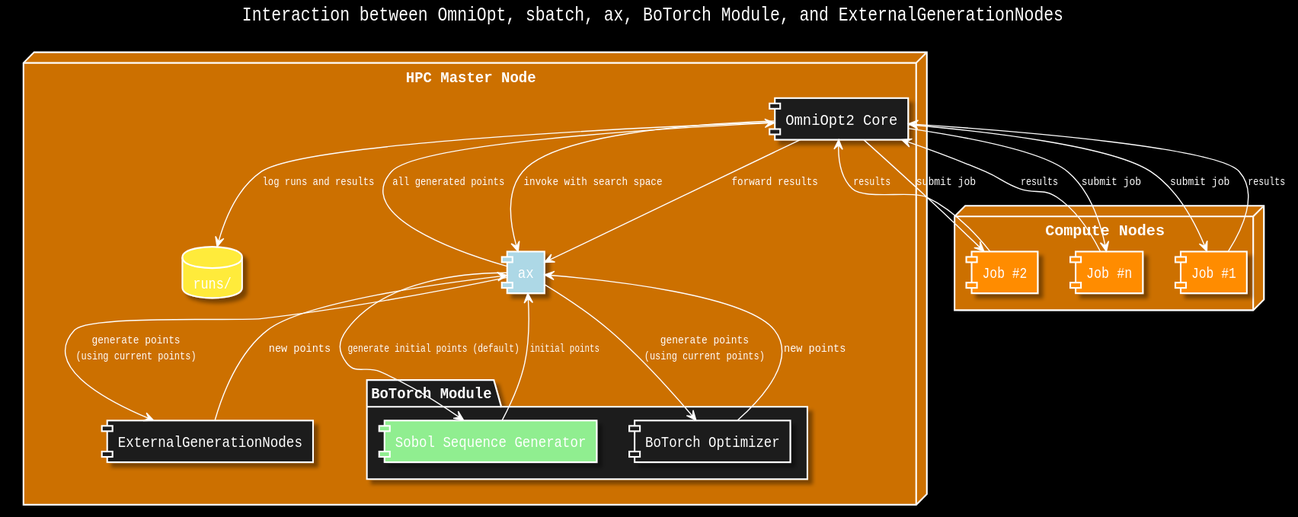
Before: .gui/documentation/output_dark_slurm/slurm.svg, a diagram exported from PlantUML (NormanTUD/OmniOpt).
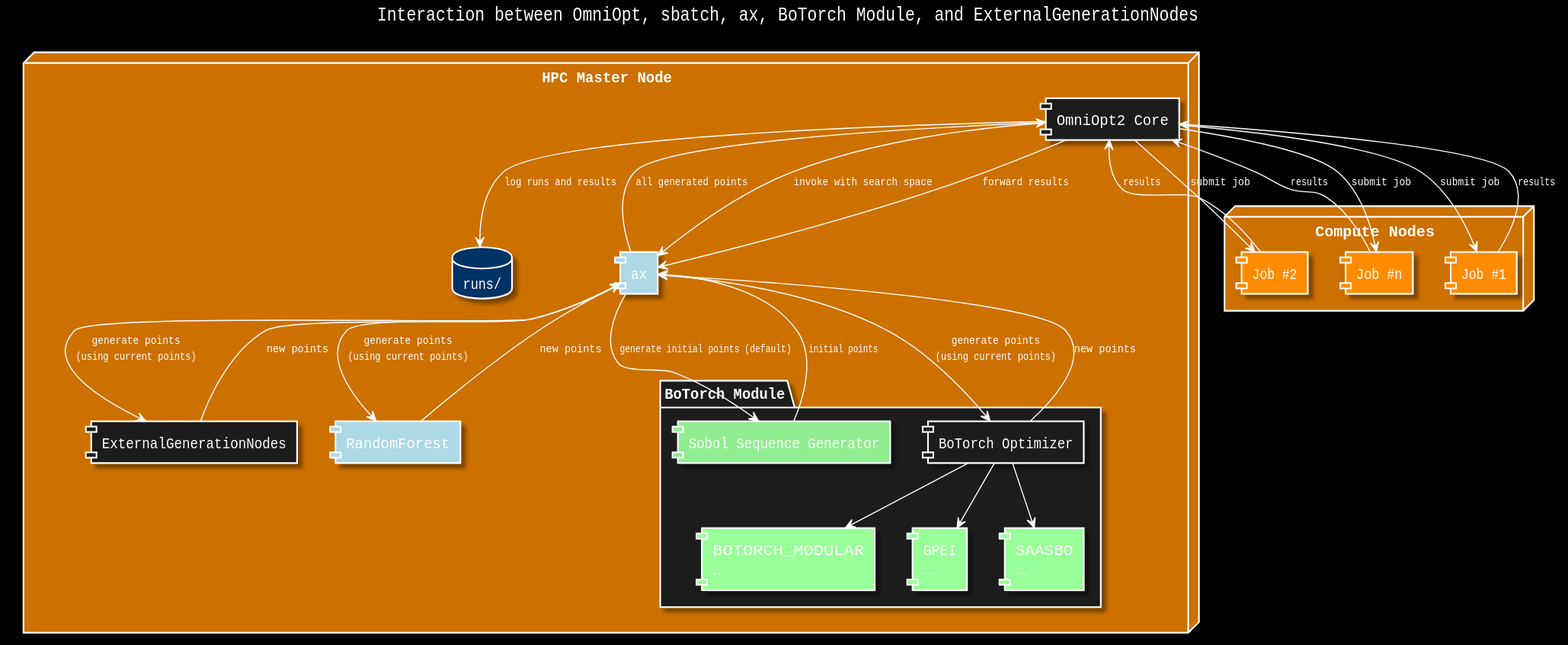
Later version of the same file.

Commit message:
new stuff in the slurm diagram

What changed in the source:
```diff
@@ -10,7 +10,7 @@
 
   skinparam componentBackgroundColor #1e1e1e
   skinparam nodeBackgroundColor #CC7000
-  skinparam databaseBackgroundColor #003366
+  skinparam databaseBackgroundColor #003166
   skinparam packageBackgroundColor #1e1e1e
   skinparam cloudBackgroundColor #1e1e1e
 
@@ -34,11 +34,20 @@
   package "BoTorch Module" {
     component "Sobol Sequence Generator" as sobol #LightGreen
     component "BoTorch Optimizer" as botorch
+
+    component "BOTORCH_MODULAR\n..." as modular #99FF99
+    component "GPEI\n..." as gpei #99FF99
+    component "SAASBO\n..." as saasbo #99FF99
+
+    botorch -down-> modular
+    botorch -down-> gpei
+    botorch -down-> saasbo
   }
 
   component "ExternalGenerationNodes" as external_nodes
+  component "RandomForest" as rf_nodes #LightBlue
 
-  database "runs/" as db_runs #FFEB3B
+  database "runs/" as db_runs
 }
 
 node "Compute Nodes" as ComputeNodes {
@@ -54,9 +63,11 @@
 
 ax_module --> botorch : generate points\n(using current points)
 ax_module --> external_nodes : generate points\n(using current points)
+ax_module --> rf_nodes : generate points\n(using current points)
 
 botorch --> ax_module : new points
 external_nodes --> ax_module : new points
+rf_nodes --> ax_module : new points
 
 ax_module --> OmniOptCore : all generated points
 
```
